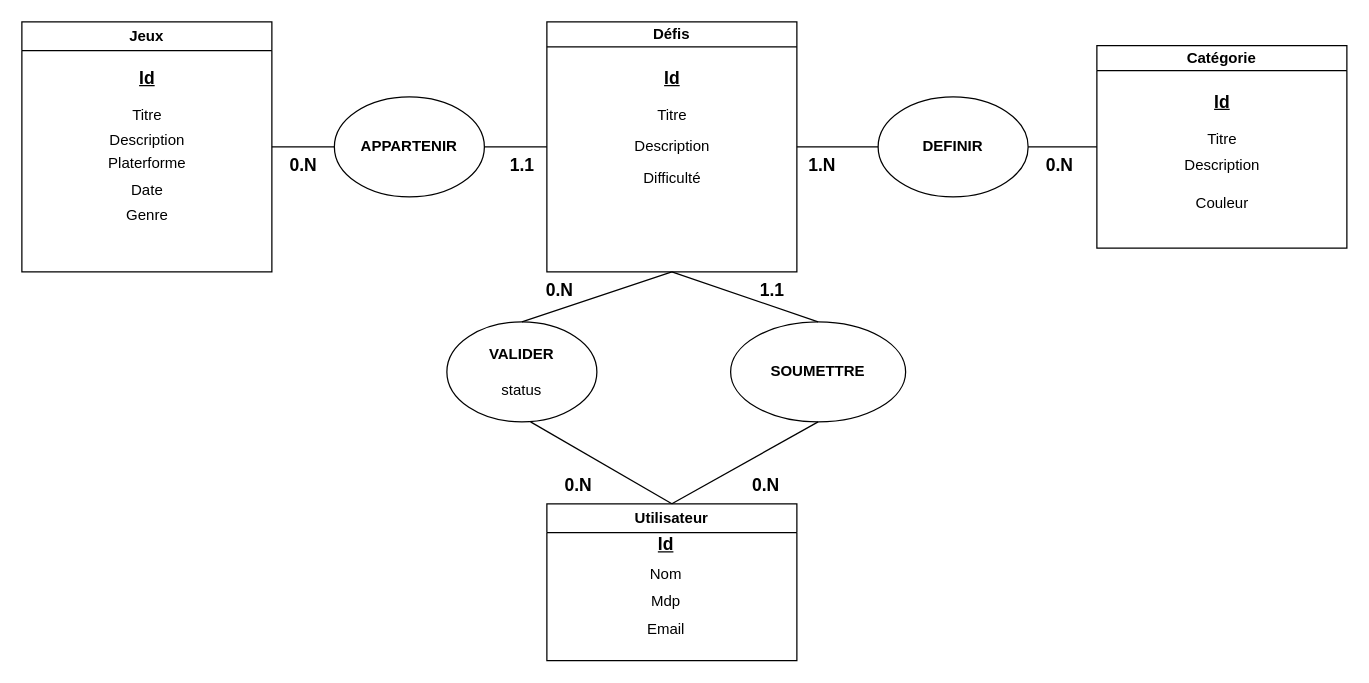
This is page "Page-1" (1 of 2) of doc/MCD.drawio from RomainCenturioni/Gamer-Challenge-Back, a draw.io file, before an edit. Source tidied: cells renumbered, new cells numbered last; positions are measured from the earlier drawing's top-left corner, leaving out a move shared by most shapes. Both pictures are drawn from the tidied source at 125%, with x=0, y=0 at pixel (21, 21).
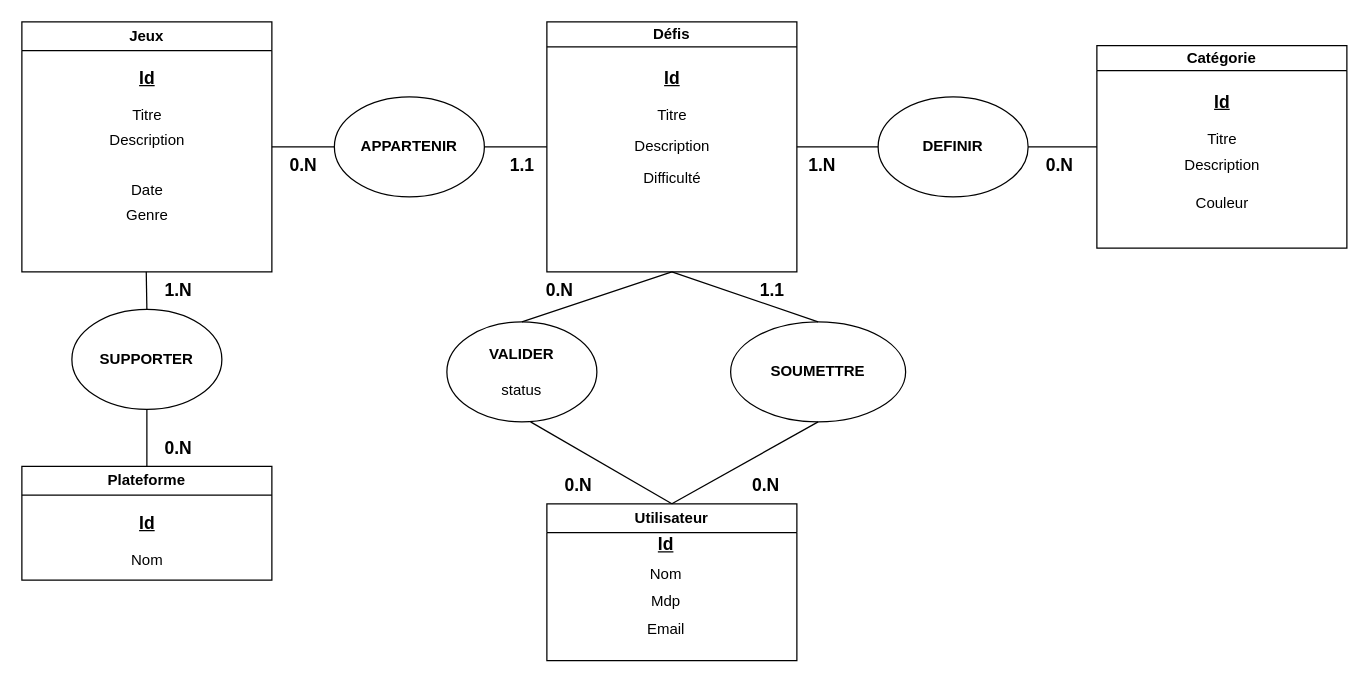
The same diagram, later.

What changed in the source:
```diff
@@
-    <mxCell id="15" value="Platerforme" style="text;html=1;align=center;verticalAlign=middle;strokeColor=none;fillColor=none;" parent="1" vertex="1">
-      <mxGeometry x="55" y="98" width="90" height="30" as="geometry" />
-    </mxCell>
@@
+    <mxCell id="44" value="Plateforme" style="swimlane;whiteSpace=wrap;html=1;startSize=23;" parent="1" vertex="1">
+      <mxGeometry y="355.5" width="200" height="91" as="geometry" />
+    </mxCell>
+    <mxCell id="45" value="&lt;font style=&quot;font-size: 14px;&quot;&gt;&lt;b&gt;&lt;u&gt;Id&lt;/u&gt;&lt;/b&gt;&lt;/font&gt;" style="text;html=1;align=center;verticalAlign=middle;strokeColor=none;fillColor=none;" parent="44" vertex="1">
+      <mxGeometry x="80" y="30" width="40" height="30" as="geometry" />
+    </mxCell>
+    <mxCell id="46" value="Nom" style="text;html=1;align=center;verticalAlign=middle;strokeColor=none;fillColor=none;" parent="44" vertex="1">
+      <mxGeometry x="75" y="60" width="50" height="30" as="geometry" />
+    </mxCell>
+    <mxCell id="47" style="endArrow=none;html=1;entryX=0.5;entryY=1;entryDx=0;entryDy=0;exitX=0.5;exitY=0;exitDx=0;exitDy=0;" parent="1" edge="1" source="48">
+      <mxGeometry relative="1" as="geometry">
+        <mxPoint x="99.5" y="200" as="targetPoint" />
+      </mxGeometry>
+    </mxCell>
+    <mxCell id="48" value="&lt;b&gt;SUPPORTER&lt;/b&gt;" style="ellipse;whiteSpace=wrap;html=1;" parent="1" vertex="1">
+      <mxGeometry x="40" y="230" width="120" height="80" as="geometry" />
+    </mxCell>
+    <mxCell id="49" style="endArrow=none;html=1;exitX=0.5;exitY=1;exitDx=0;exitDy=0;entryX=0.5;entryY=0;entryDx=0;entryDy=0;" parent="1" edge="1" source="48" target="44">
+      <mxGeometry relative="1" as="geometry" />
+    </mxCell>
+    <mxCell id="50" value="&lt;b&gt;&lt;font style=&quot;font-size: 14px;&quot;&gt;0.N&lt;/font&gt;&lt;/b&gt;" style="text;html=1;align=center;verticalAlign=middle;strokeColor=none;fillColor=none;" parent="1" vertex="1">
+      <mxGeometry x="100" y="325.5" width="50" height="30" as="geometry" />
+    </mxCell>
+    <mxCell id="51" value="&lt;b&gt;&lt;font style=&quot;font-size: 14px;&quot;&gt;1.N&lt;/font&gt;&lt;/b&gt;" style="text;html=1;align=center;verticalAlign=middle;strokeColor=none;fillColor=none;" parent="1" vertex="1">
+      <mxGeometry x="100" y="200" width="50" height="30" as="geometry" />
+    </mxCell>
```
